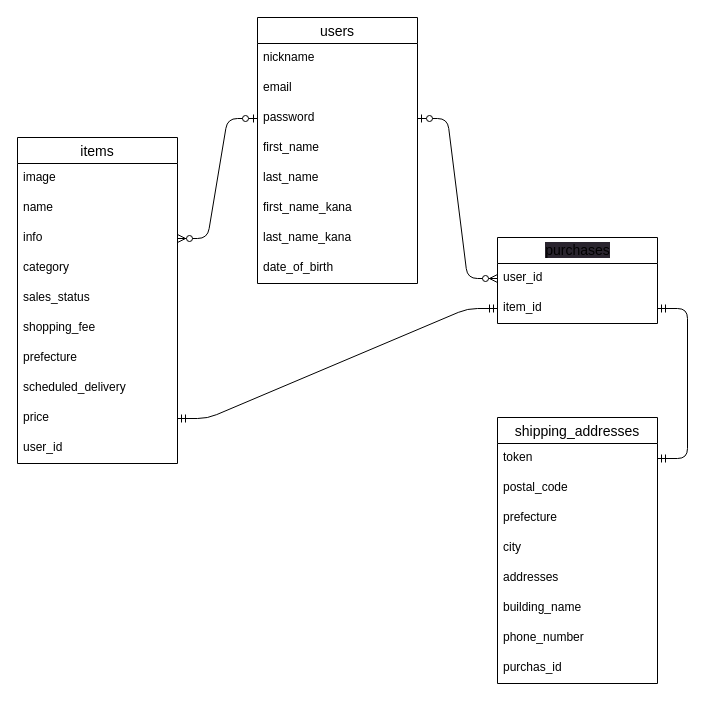
Earlier version of the draw.io diagram furima.dio (kameta1008/furima-41649). Source tidied: cells renumbered, new cells numbered last; positions are measured from the earlier drawing's top-left corner, leaving out a move shared by most shapes. Both pictures are drawn from the tidied source at 100%, with x=0, y=0 at pixel (17, 17).
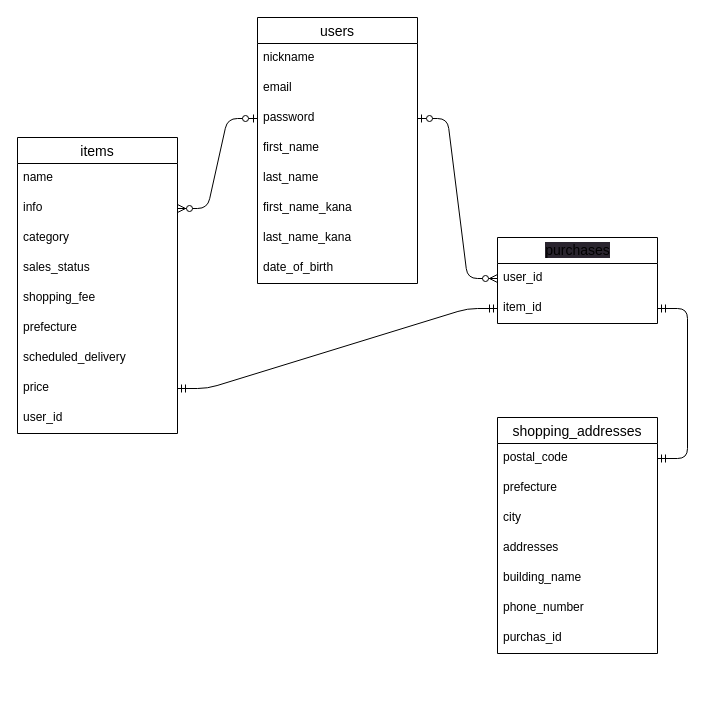
The same diagram, later.

The change refers to these unchanged cells:
```xml
<mxCell id="36" value="item_id" style="text;strokeColor=none;fillColor=none;spacingLeft=4;spacingRight=4;overflow=hidden;points=[[0,0.5],[1,0.5]];portConstraint=eastwest;fontSize=12;labelBackgroundColor=default;html=1;" parent="34" vertex="1">
  <mxGeometry y="56" width="160" height="30" as="geometry" />
</mxCell>
```

The edit, as a diff of the source:
```diff
@@
     <mxCell id="11" value="items" style="swimlane;fontStyle=0;horizontal=1;startSize=26;align=center;fontSize=14;" parent="1" vertex="1">
-      <mxGeometry y="120" width="160" height="326" as="geometry" />
+      <mxGeometry y="120" width="160" height="296" as="geometry" />
     </mxCell>
-    <mxCell id="12" value="image" style="text;strokeColor=none;fillColor=none;spacingLeft=4;spacingRight=4;overflow=hidden;fontSize=12;" parent="11" vertex="1">
-      <mxGeometry y="26" width="160" height="30" as="geometry" />
-    </mxCell>
     <mxCell id="13" value="name" style="text;strokeColor=none;fillColor=none;spacingLeft=4;spacingRight=4;overflow=hidden;fontSize=12;" parent="11" vertex="1">
-      <mxGeometry y="56" width="160" height="30" as="geometry" />
+      <mxGeometry y="26" width="160" height="30" as="geometry" />
     </mxCell>
     <mxCell id="14" value="info" style="text;strokeColor=none;fillColor=none;spacingLeft=4;spacingRight=4;overflow=hidden;points=[[0,0.5],[1,0.5]];portConstraint=eastwest;fontSize=12;" parent="11" vertex="1">
-      <mxGeometry y="86" width="160" height="30" as="geometry" />
+      <mxGeometry y="56" width="160" height="30" as="geometry" />
     </mxCell>
     <mxCell id="15" value="category" style="text;strokeColor=none;fillColor=none;spacingLeft=4;spacingRight=4;overflow=hidden;fontSize=12;" parent="11" vertex="1">
-      <mxGeometry y="116" width="160" height="30" as="geometry" />
+      <mxGeometry y="86" width="160" height="30" as="geometry" />
     </mxCell>
     <mxCell id="16" value="sales_status" style="text;strokeColor=none;fillColor=none;spacingLeft=4;spacingRight=4;overflow=hidden;fontSize=12;" parent="11" vertex="1">
-      <mxGeometry y="146" width="160" height="30" as="geometry" />
+      <mxGeometry y="116" width="160" height="30" as="geometry" />
     </mxCell>
     <mxCell id="17" value="shopping_fee" style="text;strokeColor=none;fillColor=none;spacingLeft=4;spacingRight=4;overflow=hidden;fontSize=12;" parent="11" vertex="1">
-      <mxGeometry y="176" width="160" height="30" as="geometry" />
+      <mxGeometry y="146" width="160" height="30" as="geometry" />
     </mxCell>
     <mxCell id="18" value="prefecture" style="text;strokeColor=none;fillColor=none;spacingLeft=4;spacingRight=4;overflow=hidden;fontSize=12;" parent="11" vertex="1">
-      <mxGeometry y="206" width="160" height="30" as="geometry" />
+      <mxGeometry y="176" width="160" height="30" as="geometry" />
     </mxCell>
     <mxCell id="19" value="scheduled_delivery" style="text;strokeColor=none;fillColor=none;spacingLeft=4;spacingRight=4;overflow=hidden;fontSize=12;" parent="11" vertex="1">
-      <mxGeometry y="236" width="160" height="30" as="geometry" />
+      <mxGeometry y="206" width="160" height="30" as="geometry" />
     </mxCell>
     <mxCell id="20" value="price" style="text;strokeColor=none;fillColor=none;spacingLeft=4;spacingRight=4;overflow=hidden;points=[[0,0.5],[1,0.5]];portConstraint=eastwest;fontSize=12;" parent="11" vertex="1">
-      <mxGeometry y="266" width="160" height="30" as="geometry" />
+      <mxGeometry y="236" width="160" height="30" as="geometry" />
     </mxCell>
     <mxCell id="21" value="user_id" style="text;strokeColor=none;fillColor=none;spacingLeft=4;spacingRight=4;overflow=hidden;fontSize=12;labelBackgroundColor=default;html=1;" parent="11" vertex="1">
-      <mxGeometry y="296" width="160" height="30" as="geometry" />
+      <mxGeometry y="266" width="160" height="30" as="geometry" />
     </mxCell>
-    <mxCell id="22" value="shipping_addresses" style="swimlane;fontStyle=0;horizontal=1;startSize=26;align=center;fontSize=14;" parent="1" vertex="1">
-      <mxGeometry x="480" y="400" width="160" height="266" as="geometry" />
+    <mxCell id="22" value="shopping_addresses" style="swimlane;fontStyle=0;horizontal=1;startSize=26;align=center;fontSize=14;" parent="1" vertex="1">
+      <mxGeometry x="480" y="400" width="160" height="236" as="geometry" />
     </mxCell>
-    <mxCell id="23" value="token" style="text;strokeColor=none;fillColor=none;spacingLeft=4;spacingRight=4;overflow=hidden;points=[[0,0.5],[1,0.5]];portConstraint=eastwest;fontSize=12;labelBackgroundColor=default;" parent="22" vertex="1">
-      <mxGeometry y="26" width="160" height="30" as="geometry" />
-    </mxCell>
     <mxCell id="24" value="postal_code" style="text;strokeColor=none;fillColor=none;spacingLeft=4;spacingRight=4;overflow=hidden;fontSize=12;" parent="22" vertex="1">
-      <mxGeometry y="56" width="160" height="30" as="geometry" />
+      <mxGeometry y="26" width="160" height="30" as="geometry" />
     </mxCell>
     <mxCell id="25" value="prefecture" style="text;strokeColor=none;fillColor=none;spacingLeft=4;spacingRight=4;overflow=hidden;fontSize=12;labelBackgroundColor=default;" parent="22" vertex="1">
-      <mxGeometry y="86" width="160" height="30" as="geometry" />
+      <mxGeometry y="56" width="160" height="30" as="geometry" />
     </mxCell>
     <mxCell id="26" value="city" style="text;strokeColor=none;fillColor=none;spacingLeft=4;spacingRight=4;overflow=hidden;fontSize=12;labelBackgroundColor=default;" parent="22" vertex="1">
-      <mxGeometry y="116" width="160" height="30" as="geometry" />
+      <mxGeometry y="86" width="160" height="30" as="geometry" />
     </mxCell>
     <mxCell id="27" value="addresses" style="text;strokeColor=none;fillColor=none;spacingLeft=4;spacingRight=4;overflow=hidden;fontSize=12;labelBackgroundColor=default;html=1;" parent="22" vertex="1">
-      <mxGeometry y="146" width="160" height="30" as="geometry" />
+      <mxGeometry y="116" width="160" height="30" as="geometry" />
     </mxCell>
     <mxCell id="28" value="building_name" style="text;strokeColor=none;fillColor=none;spacingLeft=4;spacingRight=4;overflow=hidden;fontSize=12;labelBackgroundColor=default;html=1;" parent="22" vertex="1">
-      <mxGeometry y="176" width="160" height="30" as="geometry" />
+      <mxGeometry y="146" width="160" height="30" as="geometry" />
     </mxCell>
     <mxCell id="29" value="phone_number" style="text;strokeColor=none;fillColor=none;spacingLeft=4;spacingRight=4;overflow=hidden;fontSize=12;labelBackgroundColor=default;html=1;" parent="22" vertex="1">
-      <mxGeometry y="206" width="160" height="30" as="geometry" />
+      <mxGeometry y="176" width="160" height="30" as="geometry" />
     </mxCell>
     <mxCell id="30" value="purchas_id" style="text;strokeColor=none;fillColor=none;spacingLeft=4;spacingRight=4;overflow=hidden;fontSize=12;labelBackgroundColor=default;html=1;" parent="22" vertex="1">
-      <mxGeometry y="236" width="160" height="30" as="geometry" />
+      <mxGeometry y="206" width="160" height="30" as="geometry" />
     </mxCell>
@@
-    <mxCell id="37" style="edgeStyle=entityRelationEdgeStyle;fontSize=12;html=1;endArrow=ERmandOne;startArrow=ERmandOne;" parent="1" edge="1" source="23" target="36">
-      <mxGeometry relative="1" as="geometry" />
+    <mxCell id="37" style="edgeStyle=entityRelationEdgeStyle;fontSize=12;html=1;endArrow=ERmandOne;startArrow=ERmandOne;" parent="1" edge="1" target="36">
+      <mxGeometry relative="1" as="geometry">
+        <mxPoint x="640" y="441" as="sourcePoint" />
+      </mxGeometry>
     </mxCell>
```
